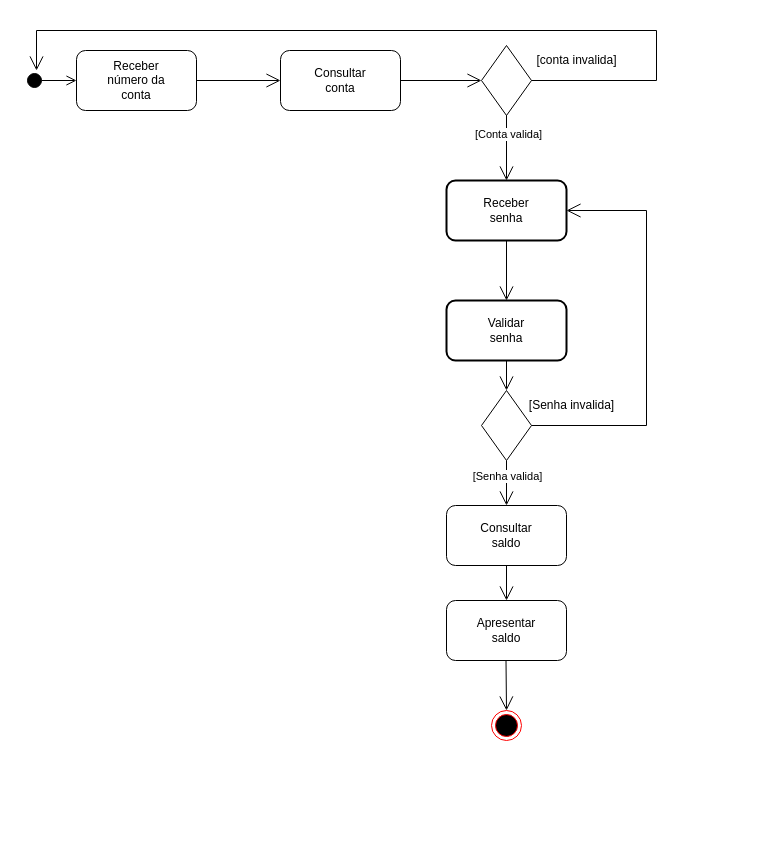
This is atividade.drawio from Brunoborgescarvalho/Java, a draw.io file, before an edit. Source tidied: cells renumbered, new cells numbered last; positions are measured from the earlier drawing's top-left corner, leaving out a move shared by most shapes. Both pictures are drawn from the tidied source at 100%, with x=0, y=0 at pixel (26, 30).
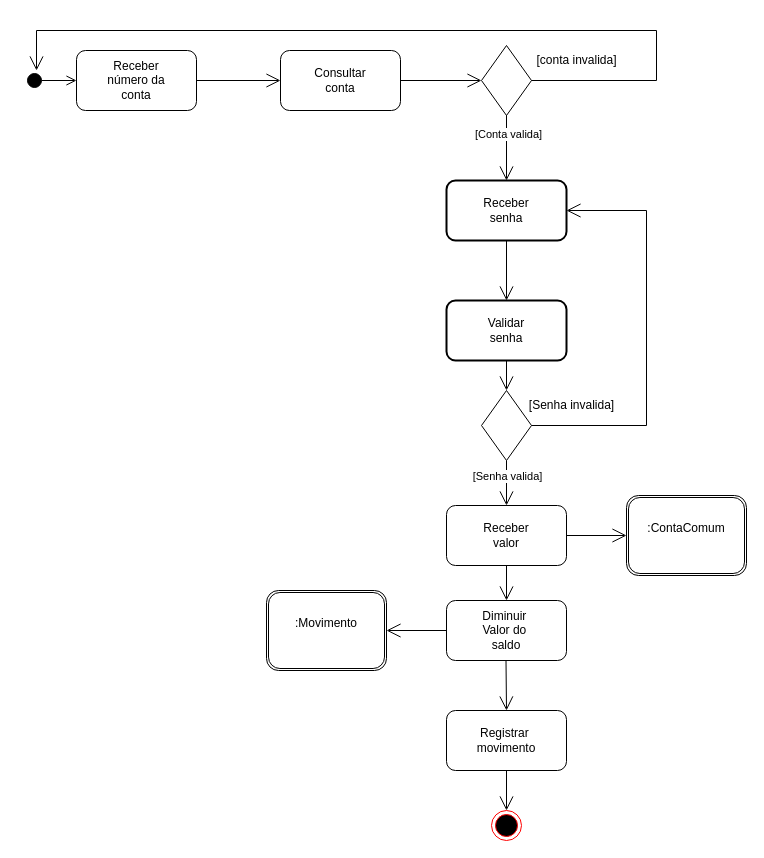
Above is the later version.

The edit, as a diff of the source:
```diff
@@
-    <mxCell id="8" value="Consultar&lt;br&gt;saldo" style="rounded=1;whiteSpace=wrap;html=1;" parent="1" vertex="1">
+    <mxCell id="8" value="Receber&lt;br&gt;valor" style="rounded=1;whiteSpace=wrap;html=1;" parent="1" vertex="1">
       <mxGeometry x="420" y="475" width="120" height="60" as="geometry" />
     </mxCell>
-    <mxCell id="9" value="Apresentar&lt;br&gt;saldo" style="whiteSpace=wrap;html=1;rounded=1;" parent="1" vertex="1">
+    <mxCell id="9" value="Diminuir&amp;nbsp;&lt;br&gt;Valor do&amp;nbsp;&lt;br&gt;saldo" style="whiteSpace=wrap;html=1;rounded=1;" parent="1" vertex="1">
       <mxGeometry x="420" y="570" width="120" height="60" as="geometry" />
     </mxCell>
@@
-    <mxCell id="21" style="ellipse;html=1;shape=endState;fillColor=#000000;strokeColor=#ff0000;" parent="1" vertex="1">
-      <mxGeometry x="465" y="680" width="30" height="30" as="geometry" />
-    </mxCell>
@@
+    <mxCell id="26" style="endArrow=open;endFill=1;endSize=12;html=1;rounded=0;exitX=1;exitY=0.5;exitDx=0;exitDy=0;entryX=0;entryY=0.5;entryDx=0;entryDy=0;" parent="1" edge="1" source="8" target="27">
+      <mxGeometry relative="1" as="geometry" />
+    </mxCell>
+    <mxCell id="27" value=":ContaComum&lt;br&gt;&lt;br&gt;" style="shape=ext;double=1;rounded=1;whiteSpace=wrap;html=1;" parent="1" vertex="1">
+      <mxGeometry x="600" y="465" width="120" height="80" as="geometry" />
+    </mxCell>
+    <mxCell id="28" value="Registrar&amp;nbsp;&lt;br&gt;movimento" style="rounded=1;whiteSpace=wrap;html=1;" parent="1" vertex="1">
+      <mxGeometry x="420" y="680" width="120" height="60" as="geometry" />
+    </mxCell>
+    <mxCell id="29" style="endArrow=open;endFill=1;endSize=12;html=1;rounded=0;exitX=0.5;exitY=1;exitDx=0;exitDy=0;" parent="1" edge="1" source="28">
+      <mxGeometry relative="1" as="geometry">
+        <mxPoint x="480" y="780" as="targetPoint" />
+      </mxGeometry>
+    </mxCell>
+    <mxCell id="30" style="ellipse;html=1;shape=endState;fillColor=#000000;strokeColor=#ff0000;" parent="1" vertex="1">
+      <mxGeometry x="465" y="780" width="30" height="30" as="geometry" />
+    </mxCell>
+    <mxCell id="31" style="endArrow=open;endFill=1;endSize=12;html=1;rounded=0;exitX=0;exitY=0.5;exitDx=0;exitDy=0;" parent="1" edge="1" source="9">
+      <mxGeometry relative="1" as="geometry">
+        <mxPoint x="360" y="600" as="targetPoint" />
+      </mxGeometry>
+    </mxCell>
+    <mxCell id="32" value=":Movimento&lt;br&gt;&lt;br&gt;" style="shape=ext;double=1;rounded=1;whiteSpace=wrap;html=1;" parent="1" vertex="1">
+      <mxGeometry x="240" y="560" width="120" height="80" as="geometry" />
+    </mxCell>
```
